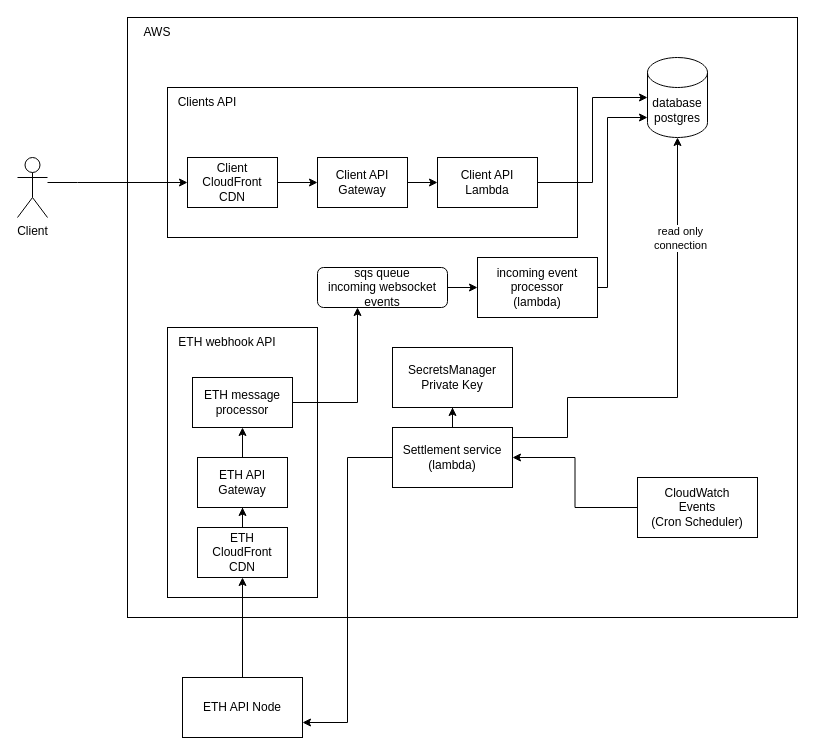
Above: docs/arch-overview.drawio in Degen-Markets/degen-markets-be (draw.io), before the change. Source tidied: cells renumbered, new cells numbered last; positions are measured from the earlier drawing's top-left corner, leaving out a move shared by most shapes. Both pictures are drawn from the tidied source at 100%, with x=0, y=0 at pixel (17, 17).
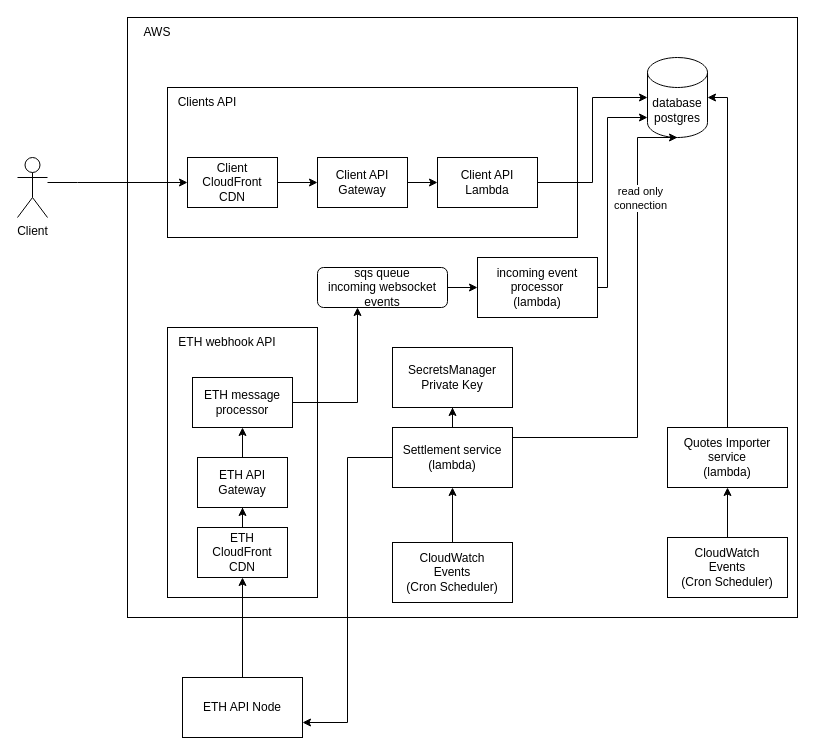
The same diagram, later.

Unchanged cells that the change refers to:
```xml
<mxCell id="14" value="database postgres" style="shape=cylinder3;whiteSpace=wrap;html=1;boundedLbl=1;backgroundOutline=1;size=15;" parent="1" vertex="1">
  <mxGeometry x="630" y="40" width="60" height="80" as="geometry" />
</mxCell>
<mxCell id="19" value="incoming event processor&lt;br&gt;(lambda)" style="rounded=0;whiteSpace=wrap;html=1;" parent="1" vertex="1">
  <mxGeometry x="460" y="240" width="120" height="60" as="geometry" />
</mxCell>
<mxCell id="26" value="Settlement service&lt;br&gt;(lambda)" style="rounded=0;whiteSpace=wrap;html=1;" parent="1" vertex="1">
  <mxGeometry x="375" y="410" width="120" height="60" as="geometry" />
</mxCell>
<mxCell id="35" value="ETH message processor" style="rounded=0;whiteSpace=wrap;html=1;" parent="1" vertex="1">
  <mxGeometry x="175" y="360" width="100" height="50" as="geometry" />
</mxCell>
```

The edit, as a diff of the source:
```diff
@@
-    <mxCell id="18" style="edgeStyle=orthogonalEdgeStyle;rounded=0;jettySize=auto;html=1;" parent="1" edge="1" source="19">
-      <mxGeometry relative="1" as="geometry">
-        <mxPoint x="630" y="100" as="targetPoint" />
-        <Array as="points">
-          <mxPoint x="590" y="270" />
-          <mxPoint x="590" y="100" />
-        </Array>
-      </mxGeometry>
-    </mxCell>
+    <mxCell id="37" style="edgeStyle=orthogonalEdgeStyle;rounded=0;jettySize=auto;html=1;" parent="1" edge="1" source="19">
+      <mxGeometry relative="1" as="geometry">
+        <mxPoint x="630" y="100" as="targetPoint" />
+        <Array as="points">
+          <mxPoint x="590" y="270" />
+          <mxPoint x="590" y="100" />
+        </Array>
+      </mxGeometry>
+    </mxCell>
@@
-    <mxCell id="20" style="edgeStyle=orthogonalEdgeStyle;rounded=0;jettySize=auto;html=1;entryX=1;entryY=0.5;entryDx=0;entryDy=0;" parent="1" edge="1" source="21" target="26">
-      <mxGeometry relative="1" as="geometry" />
-    </mxCell>
-    <mxCell id="21" value="CloudWatch&lt;br&gt;Events&lt;br&gt;(Cron Scheduler)" style="rounded=0;whiteSpace=wrap;html=1;" parent="1" vertex="1">
-      <mxGeometry x="620" y="460" width="120" height="60" as="geometry" />
-    </mxCell>
+    <mxCell id="38" style="edgeStyle=orthogonalEdgeStyle;rounded=0;jettySize=auto;html=1;exitX=0.5;exitY=0;exitDx=0;exitDy=0;entryX=0.5;entryY=1;entryDx=0;entryDy=0;" parent="1" edge="1" source="39" target="26">
+      <mxGeometry relative="1" as="geometry" />
+    </mxCell>
+    <mxCell id="39" value="CloudWatch&lt;br&gt;Events&lt;br&gt;(Cron Scheduler)" style="rounded=0;whiteSpace=wrap;html=1;" parent="1" vertex="1">
+      <mxGeometry x="375" y="525" width="120" height="60" as="geometry" />
+    </mxCell>
@@
     <mxCell id="24" style="edgeStyle=orthogonalEdgeStyle;rounded=0;jettySize=auto;html=1;entryX=0.5;entryY=1;entryDx=0;entryDy=0;entryPerimeter=0;" parent="1" edge="1" source="26" target="14">
       <mxGeometry relative="1" as="geometry">
         <Array as="points">
-          <mxPoint x="550" y="420" />
-          <mxPoint x="550" y="380" />
-          <mxPoint x="660" y="380" />
+          <mxPoint x="620" y="420" />
+          <mxPoint x="620" y="120" />
         </Array>
       </mxGeometry>
     </mxCell>
@@
-    <mxCell id="34" style="edgeStyle=orthogonalEdgeStyle;rounded=0;jettySize=auto;html=1;" parent="1" edge="1" source="35">
-      <mxGeometry relative="1" as="geometry">
-        <mxPoint x="340" y="290" as="targetPoint" />
-        <Array as="points">
-          <mxPoint x="340" y="385" />
-          <mxPoint x="340" y="290" />
-        </Array>
-      </mxGeometry>
-    </mxCell>
+    <mxCell id="40" style="edgeStyle=orthogonalEdgeStyle;rounded=0;jettySize=auto;html=1;" parent="1" edge="1" source="35">
+      <mxGeometry relative="1" as="geometry">
+        <mxPoint x="340" y="290" as="targetPoint" />
+        <Array as="points">
+          <mxPoint x="340" y="385" />
+          <mxPoint x="340" y="290" />
+        </Array>
+      </mxGeometry>
+    </mxCell>
@@
+    <mxCell id="41" value="Quotes Importer service&lt;br&gt;(lambda)" style="rounded=0;whiteSpace=wrap;html=1;" parent="1" vertex="1">
+      <mxGeometry x="650" y="410" width="120" height="60" as="geometry" />
+    </mxCell>
+    <mxCell id="42" style="edgeStyle=orthogonalEdgeStyle;rounded=0;jettySize=auto;html=1;exitX=0.5;exitY=0;exitDx=0;exitDy=0;entryX=1;entryY=0.5;entryDx=0;entryDy=0;entryPerimeter=0;" parent="1" edge="1" source="41" target="14">
+      <mxGeometry relative="1" as="geometry" />
+    </mxCell>
+    <mxCell id="43" style="edgeStyle=orthogonalEdgeStyle;rounded=0;jettySize=auto;html=1;exitX=0.5;exitY=0;exitDx=0;exitDy=0;entryX=0.5;entryY=1;entryDx=0;entryDy=0;" parent="1" edge="1" source="44" target="41">
+      <mxGeometry relative="1" as="geometry" />
+    </mxCell>
+    <mxCell id="44" value="CloudWatch&lt;br&gt;Events&lt;br&gt;(Cron Scheduler)" style="rounded=0;whiteSpace=wrap;html=1;" parent="1" vertex="1">
+      <mxGeometry x="650" y="520" width="120" height="60" as="geometry" />
+    </mxCell>
```
